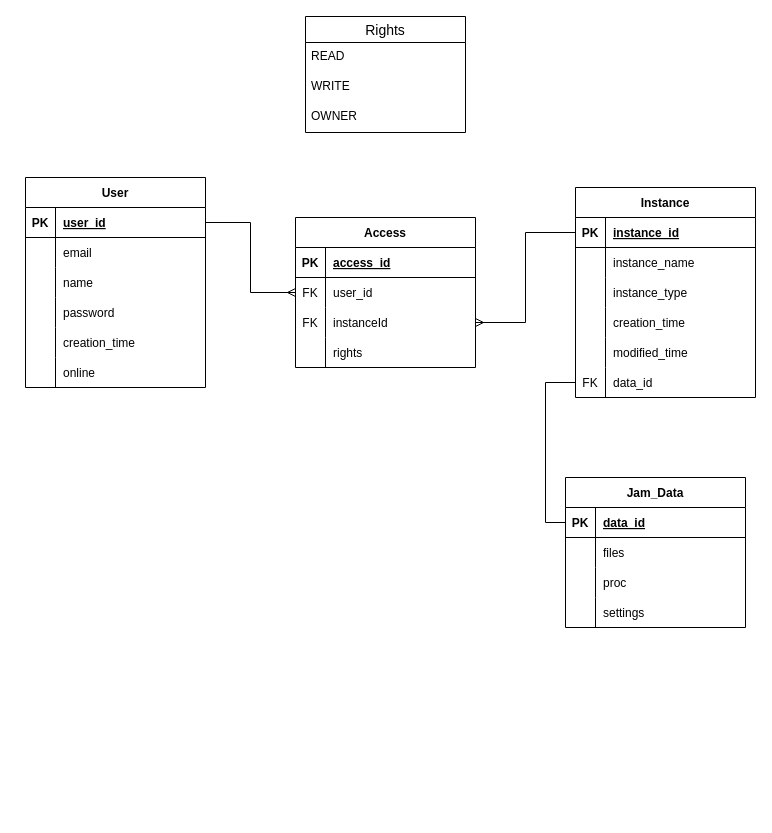
Earlier version of the draw.io diagram Untitled Diagram.drawio (abu899/jamos_back). Source tidied: cells renumbered, new cells numbered last; positions are measured from the earlier drawing's top-left corner, leaving out a move shared by most shapes. Both pictures are drawn from the tidied source at 100%, with x=0, y=0 at pixel (25, 16).
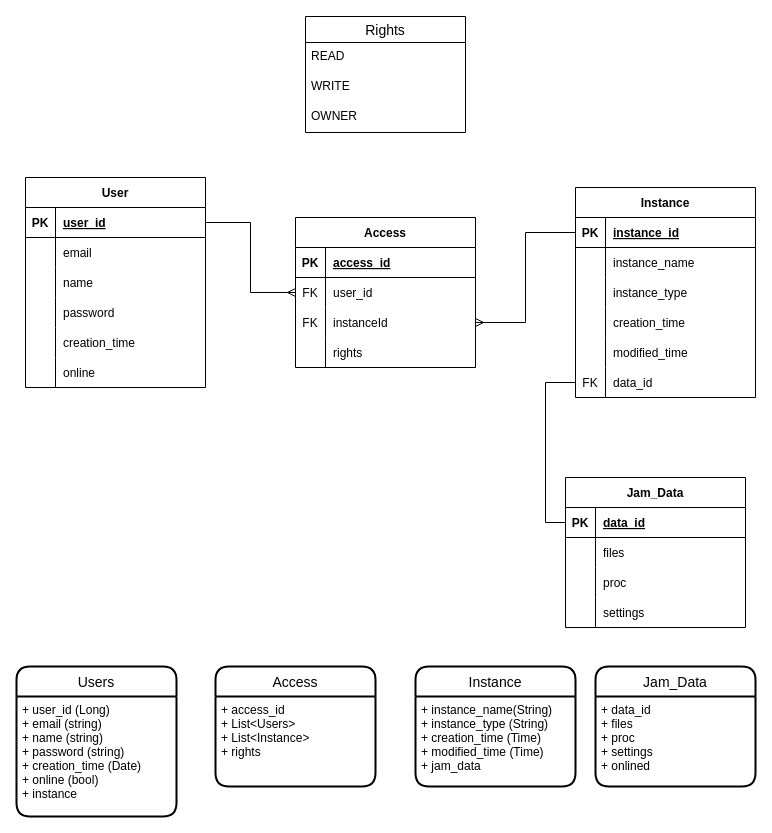
The same diagram, later.

Change to the diagram source:
```diff
@@
+    <mxCell id="73" value="Users" style="swimlane;horizontal=1;startSize=30;rounded=1;fontSize=14;fontStyle=0;strokeWidth=2;shadow=0;dashed=0;align=center;" parent="1" vertex="1">
+      <mxGeometry x="-9" y="650" width="160" height="150" as="geometry" />
+    </mxCell>
+    <mxCell id="74" value="+ user_id (Long)&#10;+ email (string)&#10;+ name (string)&#10;+ password (string)&#10;+ creation_time (Date)&#10;+ online (bool)&#10;+ instance" style="align=left;strokeColor=none;fillColor=none;spacingLeft=4;fontSize=12;verticalAlign=top;" parent="73" vertex="1">
+      <mxGeometry y="30" width="160" height="120" as="geometry" />
+    </mxCell>
+    <mxCell id="75" value="Instance" style="swimlane;horizontal=1;startSize=30;rounded=1;fontSize=14;fontStyle=0;strokeWidth=2;shadow=0;dashed=0;align=center;" parent="1" vertex="1">
+      <mxGeometry x="390" y="650" width="160" height="120" as="geometry" />
+    </mxCell>
+    <mxCell id="76" value="+ instance_name(String)&#10;+ instance_type (String)&#10;+ creation_time (Time)&#10;+ modified_time (Time)&#10;+ jam_data" style="align=left;strokeColor=none;fillColor=none;spacingLeft=4;fontSize=12;verticalAlign=top;" parent="75" vertex="1">
+      <mxGeometry y="30" width="160" height="90" as="geometry" />
+    </mxCell>
+    <mxCell id="77" value="Access" style="swimlane;horizontal=1;startSize=30;rounded=1;fontSize=14;fontStyle=0;strokeWidth=2;shadow=0;dashed=0;align=center;" parent="1" vertex="1">
+      <mxGeometry x="190" y="650" width="160" height="120" as="geometry" />
+    </mxCell>
+    <mxCell id="78" value="+ access_id&#10;+ List&lt;Users&gt;&#10;+ List&lt;Instance&gt;&#10;+ rights" style="align=left;strokeColor=none;fillColor=none;spacingLeft=4;fontSize=12;verticalAlign=top;" parent="77" vertex="1">
+      <mxGeometry y="30" width="160" height="90" as="geometry" />
+    </mxCell>
+    <mxCell id="79" value="Jam_Data" style="swimlane;horizontal=1;startSize=30;rounded=1;fontSize=14;fontStyle=0;strokeWidth=2;shadow=0;dashed=0;align=center;" parent="1" vertex="1">
+      <mxGeometry x="570" y="650" width="160" height="120" as="geometry" />
+    </mxCell>
+    <mxCell id="80" value="+ data_id&#10;+ files&#10;+ proc&#10;+ settings&#10;+ onlined" style="align=left;strokeColor=none;fillColor=none;spacingLeft=4;fontSize=12;verticalAlign=top;" parent="79" vertex="1">
+      <mxGeometry y="30" width="160" height="90" as="geometry" />
+    </mxCell>
```
